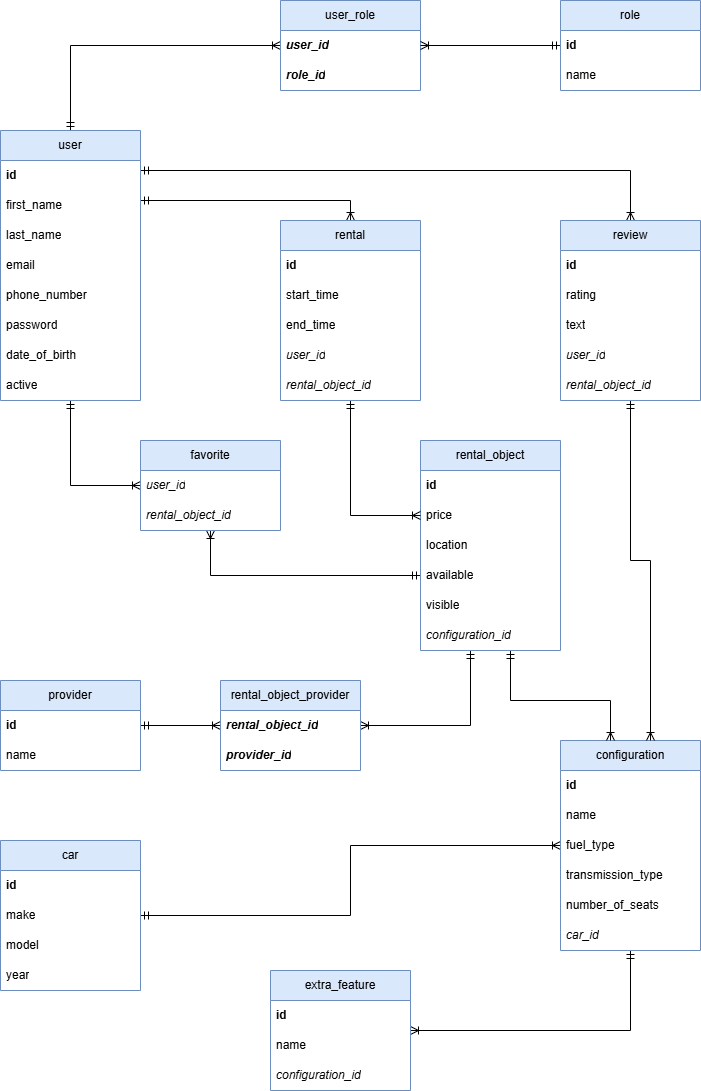
Earlier version of the draw.io export docs/diagrams/er-diagram.png (sinbruh/group14-webapp). Source tidied: cells renumbered, new cells last; positions are measured from the earlier drawing's top-left corner, leaving out a move shared by most shapes.
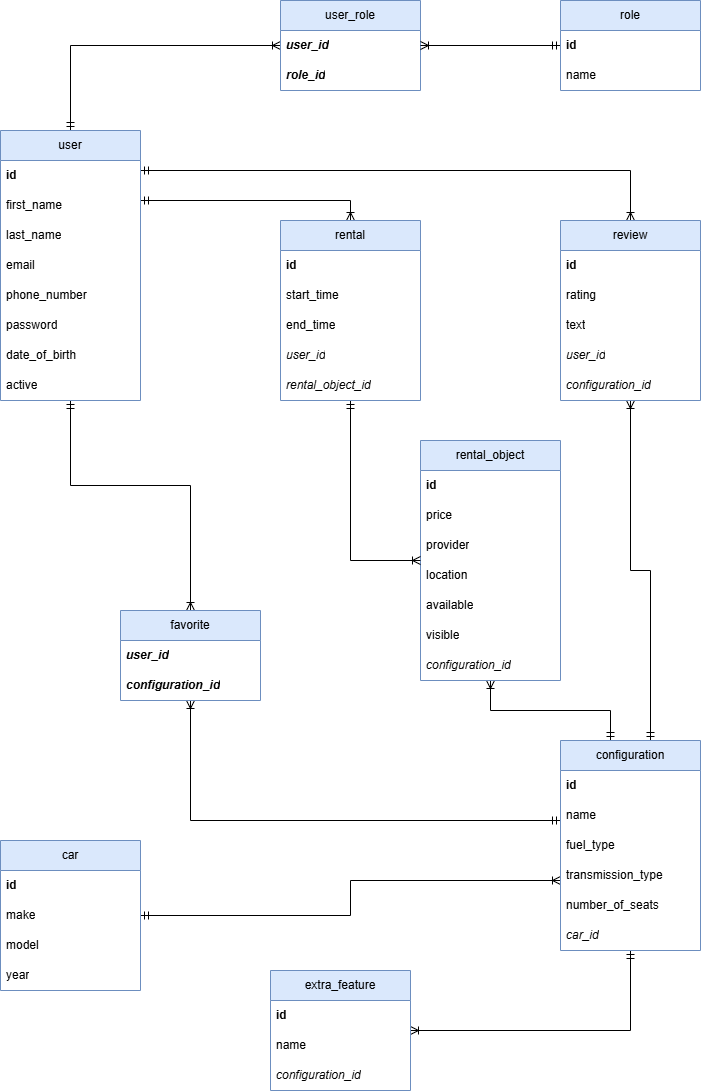
The same file after the commit.

The edit, as a diff of the source:
```diff
@@ -79,7 +79,12 @@
       <mxGeometry y="60" width="140" height="30" as="geometry" />
     </mxCell>
     <mxCell id="22" style="edgeStyle=orthogonalEdgeStyle;rounded=0;jettySize=auto;html=1;endArrow=ERoneToMany;endFill=0;startArrow=ERmandOne;startFill=0;" parent="1" edge="1" source="23" target="29">
-      <mxGeometry relative="1" as="geometry" />
+      <mxGeometry relative="1" as="geometry">
+        <Array as="points">
+          <mxPoint x="350" y="915" />
+          <mxPoint x="350" y="880" />
+        </Array>
+      </mxGeometry>
     </mxCell>
     <mxCell id="23" value="car" style="swimlane;fontStyle=0;horizontal=1;startSize=30;whiteSpace=wrap;html=1;fillColor=#dae8fc;strokeColor=#6c8ebf;" parent="1" vertex="1">
       <mxGeometry y="840" width="140" height="150" as="geometry" />
@@ -103,6 +108,29 @@
         </Array>
       </mxGeometry>
     </mxCell>
+    <mxCell id="74" style="edgeStyle=orthogonalEdgeStyle;rounded=0;jettySize=auto;html=1;endArrow=ERoneToMany;endFill=0;startArrow=ERmandOne;startFill=0;" parent="1" edge="1" source="29" target="43">
+      <mxGeometry relative="1" as="geometry">
+        <Array as="points">
+          <mxPoint x="610" y="710" />
+          <mxPoint x="490" y="710" />
+        </Array>
+      </mxGeometry>
+    </mxCell>
+    <mxCell id="75" style="edgeStyle=orthogonalEdgeStyle;rounded=0;jettySize=auto;html=1;startArrow=ERmandOne;startFill=0;endArrow=ERoneToMany;endFill=0;" parent="1" edge="1" source="29" target="61">
+      <mxGeometry relative="1" as="geometry">
+        <Array as="points">
+          <mxPoint x="650" y="570" />
+          <mxPoint x="630" y="570" />
+        </Array>
+      </mxGeometry>
+    </mxCell>
+    <mxCell id="76" style="edgeStyle=orthogonalEdgeStyle;rounded=0;jettySize=auto;html=1;startArrow=ERmandOne;startFill=0;endArrow=ERoneToMany;endFill=0;" parent="1" edge="1" source="29" target="57">
+      <mxGeometry relative="1" as="geometry">
+        <Array as="points">
+          <mxPoint x="190" y="820" />
+        </Array>
+      </mxGeometry>
+    </mxCell>
     <mxCell id="29" value="configuration" style="swimlane;fontStyle=0;horizontal=1;startSize=30;whiteSpace=wrap;html=1;fillColor=#dae8fc;strokeColor=#6c8ebf;" parent="1" vertex="1">
       <mxGeometry x="560" y="740" width="140" height="210" as="geometry" />
     </mxCell>
@@ -136,26 +164,8 @@
     <mxCell id="39" value="&lt;i&gt;configuration_id&lt;/i&gt;" style="text;strokeColor=none;fillColor=none;align=left;verticalAlign=middle;spacingLeft=4;spacingRight=4;overflow=hidden;whiteSpace=wrap;html=1;" parent="36" vertex="1">
       <mxGeometry y="90" width="140" height="30" as="geometry" />
     </mxCell>
-    <mxCell id="40" style="edgeStyle=orthogonalEdgeStyle;rounded=0;jettySize=auto;html=1;exitX=0;exitY=0.5;exitDx=0;exitDy=0;endArrow=ERoneToMany;endFill=0;startArrow=ERmandOne;startFill=0;" parent="1" edge="1" source="47" target="57">
-      <mxGeometry relative="1" as="geometry" />
-    </mxCell>
-    <mxCell id="41" style="edgeStyle=orthogonalEdgeStyle;rounded=0;jettySize=auto;html=1;endArrow=ERoneToMany;endFill=0;startArrow=ERmandOne;startFill=0;" parent="1" edge="1" source="43" target="71">
-      <mxGeometry relative="1" as="geometry">
-        <Array as="points">
-          <mxPoint x="470" y="725" />
-        </Array>
-      </mxGeometry>
-    </mxCell>
-    <mxCell id="42" style="edgeStyle=orthogonalEdgeStyle;rounded=0;jettySize=auto;html=1;endArrow=ERoneToMany;endFill=0;startArrow=ERmandOne;startFill=0;" parent="1" edge="1" source="43" target="29">
-      <mxGeometry relative="1" as="geometry">
-        <Array as="points">
-          <mxPoint x="510" y="700" />
-          <mxPoint x="610" y="700" />
-        </Array>
-      </mxGeometry>
-    </mxCell>
     <mxCell id="43" value="rental_object" style="swimlane;fontStyle=0;horizontal=1;startSize=30;whiteSpace=wrap;html=1;fillColor=#dae8fc;strokeColor=#6c8ebf;" parent="1" vertex="1">
-      <mxGeometry x="420" y="440" width="140" height="210" as="geometry" />
+      <mxGeometry x="420" y="440" width="140" height="240" as="geometry" />
     </mxCell>
     <mxCell id="44" value="&lt;b&gt;id&lt;/b&gt;" style="text;strokeColor=none;fillColor=none;align=left;verticalAlign=middle;spacingLeft=4;spacingRight=4;overflow=hidden;whiteSpace=wrap;html=1;" parent="43" vertex="1">
       <mxGeometry y="30" width="140" height="30" as="geometry" />
@@ -163,25 +173,28 @@
     <mxCell id="45" value="price" style="text;strokeColor=none;fillColor=none;align=left;verticalAlign=middle;spacingLeft=4;spacingRight=4;overflow=hidden;points=[[0,0.5],[1,0.5]];portConstraint=eastwest;whiteSpace=wrap;html=1;" parent="43" vertex="1">
       <mxGeometry y="60" width="140" height="30" as="geometry" />
     </mxCell>
+    <mxCell id="68" value="provider" style="text;strokeColor=none;fillColor=none;align=left;verticalAlign=middle;spacingLeft=4;spacingRight=4;overflow=hidden;points=[[0,0.5],[1,0.5]];portConstraint=eastwest;whiteSpace=wrap;html=1;" parent="43" vertex="1">
+      <mxGeometry y="90" width="140" height="30" as="geometry" />
+    </mxCell>
     <mxCell id="46" value="location" style="text;strokeColor=none;fillColor=none;align=left;verticalAlign=middle;spacingLeft=4;spacingRight=4;overflow=hidden;whiteSpace=wrap;html=1;" parent="43" vertex="1">
-      <mxGeometry y="90" width="140" height="30" as="geometry" />
+      <mxGeometry y="120" width="140" height="30" as="geometry" />
     </mxCell>
     <mxCell id="47" value="available" style="text;strokeColor=none;fillColor=none;align=left;verticalAlign=middle;spacingLeft=4;spacingRight=4;overflow=hidden;points=[[0,0.5],[1,0.5]];portConstraint=eastwest;whiteSpace=wrap;html=1;" parent="43" vertex="1">
-      <mxGeometry y="120" width="140" height="30" as="geometry" />
+      <mxGeometry y="150" width="140" height="30" as="geometry" />
     </mxCell>
     <mxCell id="48" value="visible" style="text;strokeColor=none;fillColor=none;align=left;verticalAlign=middle;spacingLeft=4;spacingRight=4;overflow=hidden;whiteSpace=wrap;html=1;" parent="43" vertex="1">
-      <mxGeometry y="150" width="140" height="30" as="geometry" />
+      <mxGeometry y="180" width="140" height="30" as="geometry" />
     </mxCell>
     <mxCell id="49" value="&lt;i&gt;configuration_id&lt;/i&gt;" style="text;strokeColor=none;fillColor=none;align=left;verticalAlign=middle;spacingLeft=4;spacingRight=4;overflow=hidden;whiteSpace=wrap;html=1;" parent="43" vertex="1">
-      <mxGeometry y="180" width="140" height="30" as="geometry" />
+      <mxGeometry y="210" width="140" height="30" as="geometry" />
     </mxCell>
-    <mxCell id="50" style="edgeStyle=orthogonalEdgeStyle;rounded=0;jettySize=auto;html=1;entryX=0;entryY=0.5;entryDx=0;entryDy=0;endArrow=ERoneToMany;endFill=0;startArrow=ERmandOne;startFill=0;" parent="1" edge="1" source="51" target="45">
-      <mxGeometry relative="1" as="geometry">
-        <Array as="points">
-          <mxPoint x="350" y="515" />
-        </Array>
-      </mxGeometry>
-    </mxCell>
+    <mxCell id="77" style="edgeStyle=orthogonalEdgeStyle;rounded=0;jettySize=auto;html=1;startArrow=ERmandOne;startFill=0;endArrow=ERoneToMany;endFill=0;" parent="1" edge="1" source="51" target="43">
+      <mxGeometry relative="1" as="geometry">
+        <Array as="points">
+          <mxPoint x="350" y="560" />
+        </Array>
+      </mxGeometry>
+    </mxCell>
     <mxCell id="51" value="rental" style="swimlane;fontStyle=0;horizontal=1;startSize=30;whiteSpace=wrap;html=1;fillColor=#dae8fc;strokeColor=#6c8ebf;" parent="1" vertex="1">
       <mxGeometry x="280" y="220" width="140" height="180" as="geometry" />
     </mxCell>
@@ -201,22 +214,14 @@
       <mxGeometry y="150" width="140" height="30" as="geometry" />
     </mxCell>
     <mxCell id="57" value="favorite" style="swimlane;fontStyle=0;horizontal=1;startSize=30;whiteSpace=wrap;html=1;fillColor=#dae8fc;strokeColor=#6c8ebf;" parent="1" vertex="1">
-      <mxGeometry x="140" y="440" width="140" height="90" as="geometry" />
+      <mxGeometry x="120" y="610" width="140" height="90" as="geometry" />
     </mxCell>
-    <mxCell id="58" value="&lt;i style=&quot;&quot;&gt;user_id&lt;/i&gt;" style="text;strokeColor=none;fillColor=none;align=left;verticalAlign=middle;spacingLeft=4;spacingRight=4;overflow=hidden;whiteSpace=wrap;html=1;" parent="57" vertex="1">
+    <mxCell id="58" value="&lt;i style=&quot;&quot;&gt;&lt;b&gt;user_id&lt;/b&gt;&lt;/i&gt;" style="text;strokeColor=none;fillColor=none;align=left;verticalAlign=middle;spacingLeft=4;spacingRight=4;overflow=hidden;whiteSpace=wrap;html=1;" parent="57" vertex="1">
       <mxGeometry y="30" width="140" height="30" as="geometry" />
     </mxCell>
-    <mxCell id="59" value="&lt;i&gt;rental_object_id&lt;/i&gt;" style="text;strokeColor=none;fillColor=none;align=left;verticalAlign=middle;spacingLeft=4;spacingRight=4;overflow=hidden;whiteSpace=wrap;html=1;" parent="57" vertex="1">
+    <mxCell id="59" value="&lt;i&gt;&lt;b&gt;configuration_id&lt;/b&gt;&lt;/i&gt;" style="text;strokeColor=none;fillColor=none;align=left;verticalAlign=middle;spacingLeft=4;spacingRight=4;overflow=hidden;whiteSpace=wrap;html=1;" parent="57" vertex="1">
       <mxGeometry y="60" width="140" height="30" as="geometry" />
     </mxCell>
-    <mxCell id="60" style="edgeStyle=orthogonalEdgeStyle;rounded=0;jettySize=auto;html=1;endArrow=ERoneToMany;endFill=0;startArrow=ERmandOne;startFill=0;" parent="1" edge="1" source="61" target="29">
-      <mxGeometry relative="1" as="geometry">
-        <Array as="points">
-          <mxPoint x="630" y="560" />
-          <mxPoint x="650" y="560" />
-        </Array>
-      </mxGeometry>
-    </mxCell>
     <mxCell id="61" value="review" style="swimlane;fontStyle=0;horizontal=1;startSize=30;whiteSpace=wrap;html=1;fillColor=#dae8fc;strokeColor=#6c8ebf;" parent="1" vertex="1">
       <mxGeometry x="560" y="220" width="140" height="180" as="geometry" />
     </mxCell>
@@ -232,29 +237,8 @@
     <mxCell id="65" value="&lt;i&gt;user_id&lt;/i&gt;" style="text;strokeColor=none;fillColor=none;align=left;verticalAlign=middle;spacingLeft=4;spacingRight=4;overflow=hidden;whiteSpace=wrap;html=1;" parent="61" vertex="1">
       <mxGeometry y="120" width="140" height="30" as="geometry" />
     </mxCell>
-    <mxCell id="66" value="&lt;i&gt;rental_object_id&lt;/i&gt;" style="text;strokeColor=none;fillColor=none;align=left;verticalAlign=middle;spacingLeft=4;spacingRight=4;overflow=hidden;whiteSpace=wrap;html=1;" parent="61" vertex="1">
+    <mxCell id="66" value="&lt;i&gt;configuration_id&lt;/i&gt;" style="text;strokeColor=none;fillColor=none;align=left;verticalAlign=middle;spacingLeft=4;spacingRight=4;overflow=hidden;whiteSpace=wrap;html=1;" parent="61" vertex="1">
       <mxGeometry y="150" width="140" height="30" as="geometry" />
     </mxCell>
-    <mxCell id="67" style="edgeStyle=orthogonalEdgeStyle;rounded=0;jettySize=auto;html=1;endArrow=ERoneToMany;endFill=0;startArrow=ERmandOne;startFill=0;" parent="1" edge="1" source="68" target="71">
-      <mxGeometry relative="1" as="geometry" />
-    </mxCell>
-    <mxCell id="68" value="provider" style="swimlane;fontStyle=0;horizontal=1;startSize=30;whiteSpace=wrap;html=1;fillColor=#dae8fc;strokeColor=#6c8ebf;" parent="1" vertex="1">
-      <mxGeometry y="680" width="140" height="90" as="geometry" />
-    </mxCell>
-    <mxCell id="69" value="&lt;b&gt;id&lt;/b&gt;" style="text;strokeColor=none;fillColor=none;align=left;verticalAlign=middle;spacingLeft=4;spacingRight=4;overflow=hidden;whiteSpace=wrap;html=1;" parent="68" vertex="1">
-      <mxGeometry y="30" width="140" height="30" as="geometry" />
-    </mxCell>
-    <mxCell id="70" value="name" style="text;strokeColor=none;fillColor=none;align=left;verticalAlign=middle;spacingLeft=4;spacingRight=4;overflow=hidden;whiteSpace=wrap;html=1;" parent="68" vertex="1">
-      <mxGeometry y="60" width="140" height="30" as="geometry" />
-    </mxCell>
-    <mxCell id="71" value="rental_object_provider" style="swimlane;fontStyle=0;horizontal=1;startSize=30;whiteSpace=wrap;html=1;fillColor=#dae8fc;strokeColor=#6c8ebf;" parent="1" vertex="1">
-      <mxGeometry x="220" y="680" width="140" height="90" as="geometry" />
-    </mxCell>
-    <mxCell id="72" value="&lt;b&gt;&lt;i&gt;rental_object_id&lt;/i&gt;&lt;/b&gt;" style="text;strokeColor=none;fillColor=none;align=left;verticalAlign=middle;spacingLeft=4;spacingRight=4;overflow=hidden;whiteSpace=wrap;html=1;" parent="71" vertex="1">
-      <mxGeometry y="30" width="140" height="30" as="geometry" />
-    </mxCell>
-    <mxCell id="73" value="&lt;b&gt;&lt;i&gt;provider_id&lt;/i&gt;&lt;/b&gt;" style="text;strokeColor=none;fillColor=none;align=left;verticalAlign=middle;spacingLeft=4;spacingRight=4;overflow=hidden;whiteSpace=wrap;html=1;" parent="71" vertex="1">
-      <mxGeometry y="60" width="140" height="30" as="geometry" />
-    </mxCell>
   </root>
 </mxGraphModel>
```
